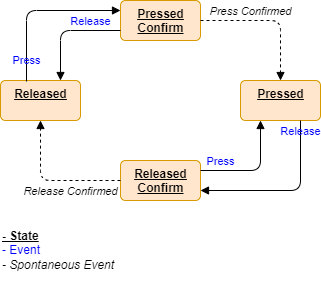
The draw.io diagram Resources/Part2/Part2_XLM_StateDiagram_Button.drawio.png in gtuja/CSC_MS, before a commit. Source tidied: cells renumbered, new cells last; positions are measured from the earlier drawing's top-left corner, leaving out a move shared by most shapes. Its diagram source:
```xml
<mxGraphModel>
  <root>
    <mxCell id="0" />
    <mxCell id="1" parent="0" />
    <mxCell id="2" value="Released" style="html=1;align=center;verticalAlign=top;rounded=1;absoluteArcSize=1;arcSize=10;dashed=0;fontStyle=5;fillColor=#ffe6cc;strokeColor=#d79b00;" parent="1" vertex="1">
      <mxGeometry y="80" width="80" height="40" as="geometry" />
    </mxCell>
    <mxCell id="3" value="Pressed" style="html=1;align=center;verticalAlign=top;rounded=1;absoluteArcSize=1;arcSize=10;dashed=0;fontStyle=5;fillColor=#ffe6cc;strokeColor=#d79b00;" parent="1" vertex="1">
      <mxGeometry x="240" y="80" width="80" height="40" as="geometry" />
    </mxCell>
    <mxCell id="4" value="Pressed&lt;div&gt;Confirm&lt;/div&gt;" style="html=1;align=center;verticalAlign=top;rounded=1;absoluteArcSize=1;arcSize=10;dashed=0;fontStyle=5;fillColor=#ffe6cc;strokeColor=#d79b00;" parent="1" vertex="1">
      <mxGeometry x="120" width="80" height="40" as="geometry" />
    </mxCell>
    <mxCell id="5" value="Released&lt;div&gt;Confirm&lt;/div&gt;" style="html=1;align=center;verticalAlign=top;rounded=1;absoluteArcSize=1;arcSize=10;dashed=0;fontStyle=5;fillColor=#ffe6cc;strokeColor=#d79b00;" parent="1" vertex="1">
      <mxGeometry x="120" y="160" width="80" height="40" as="geometry" />
    </mxCell>
    <mxCell id="6" value="Press" style="html=1;verticalAlign=bottom;labelBackgroundColor=none;endArrow=block;endFill=1;exitX=0.325;exitY=0.025;exitDx=0;exitDy=0;entryX=0;entryY=0.25;entryDx=0;entryDy=0;edgeStyle=elbowEdgeStyle;exitPerimeter=0;fontColor=#0000FF;" parent="1" edge="1" source="2" target="4">
      <mxGeometry x="-0.86" relative="1" as="geometry">
        <Array as="points">
          <mxPoint x="26" y="50" />
        </Array>
      </mxGeometry>
    </mxCell>
    <mxCell id="7" value="Release" style="html=1;verticalAlign=bottom;labelBackgroundColor=none;endArrow=block;endFill=1;exitX=0.75;exitY=1;exitDx=0;exitDy=0;entryX=1;entryY=0.75;entryDx=0;entryDy=0;edgeStyle=elbowEdgeStyle;fontColor=#0000FF;" parent="1" edge="1" source="3" target="5">
      <mxGeometry x="-0.76" relative="1" as="geometry">
        <Array as="points">
          <mxPoint x="300" y="150" />
        </Array>
      </mxGeometry>
    </mxCell>
    <mxCell id="8" value="Press Confirmed" style="html=1;verticalAlign=bottom;labelBackgroundColor=none;endArrow=block;endFill=1;dashed=1;exitX=1;exitY=0.5;exitDx=0;exitDy=0;entryX=0.5;entryY=0;entryDx=0;entryDy=0;edgeStyle=orthogonalEdgeStyle;fontStyle=2;" parent="1" edge="1" source="4" target="3">
      <mxGeometry x="-0.29" relative="1" as="geometry" />
    </mxCell>
    <mxCell id="9" value="Release Confirmed" style="html=1;verticalAlign=bottom;labelBackgroundColor=none;endArrow=block;endFill=1;dashed=1;exitX=0;exitY=0.5;exitDx=0;exitDy=0;entryX=0.5;entryY=1;entryDx=0;entryDy=0;edgeStyle=elbowEdgeStyle;fontStyle=2;" parent="1" edge="1" source="5" target="2">
      <mxGeometry x="-0.29" y="20" relative="1" as="geometry">
        <Array as="points">
          <mxPoint x="40" y="150" />
        </Array>
      </mxGeometry>
    </mxCell>
    <mxCell id="10" value="Press" style="html=1;verticalAlign=bottom;labelBackgroundColor=none;endArrow=block;endFill=1;exitX=1;exitY=0.25;exitDx=0;exitDy=0;entryX=0.25;entryY=1;entryDx=0;entryDy=0;edgeStyle=elbowEdgeStyle;fontColor=#0000FF;" parent="1" edge="1" source="5" target="3">
      <mxGeometry x="-0.64" relative="1" as="geometry">
        <Array as="points">
          <mxPoint x="260" y="150" />
        </Array>
      </mxGeometry>
    </mxCell>
    <mxCell id="11" value="Release" style="html=1;verticalAlign=bottom;labelBackgroundColor=none;endArrow=block;endFill=1;exitX=0;exitY=0.75;exitDx=0;exitDy=0;entryX=0.75;entryY=0;entryDx=0;entryDy=0;edgeStyle=elbowEdgeStyle;fontColor=#0000FF;" parent="1" edge="1" source="4" target="2">
      <mxGeometry x="-0.45" relative="1" as="geometry">
        <Array as="points">
          <mxPoint x="60" y="50" />
        </Array>
      </mxGeometry>
    </mxCell>
    <mxCell id="12" value="&lt;div&gt;&lt;b style=&quot;&quot;&gt;&lt;u style=&quot;&quot;&gt;- State&lt;/u&gt;&lt;/b&gt;&lt;/div&gt;&lt;font color=&quot;#0000ff&quot;&gt;- Event&lt;/font&gt;&lt;div&gt;&lt;div&gt;&lt;i&gt;- Spontaneous Event&lt;/i&gt;&lt;br&gt;&lt;/div&gt;&lt;/div&gt;" style="text;html=1;align=left;verticalAlign=middle;whiteSpace=wrap;rounded=0;" parent="1" vertex="1">
      <mxGeometry y="220" width="160" height="60" as="geometry" />
    </mxCell>
  </root>
</mxGraphModel>
```
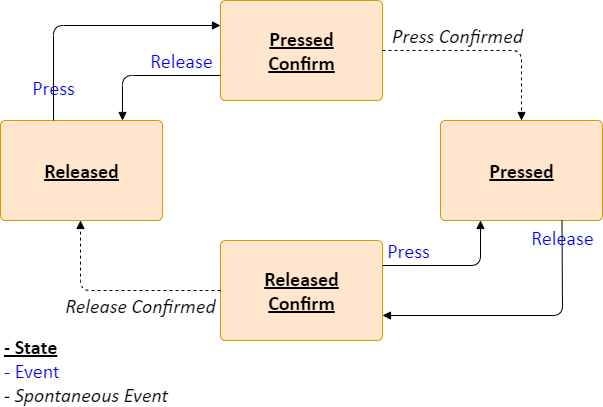
Later version of the same file.

Change to the diagram source:
```diff
@@ -2,58 +2,60 @@
   <root>
     <mxCell id="0" />
     <mxCell id="1" parent="0" />
-    <mxCell id="2" value="Released" style="html=1;align=center;verticalAlign=top;rounded=1;absoluteArcSize=1;arcSize=10;dashed=0;fontStyle=5;fillColor=#ffe6cc;strokeColor=#d79b00;" parent="1" vertex="1">
-      <mxGeometry y="80" width="80" height="40" as="geometry" />
+    <mxCell id="2" value="Released" style="html=1;align=center;verticalAlign=middle;rounded=1;absoluteArcSize=1;arcSize=10;dashed=0;fontStyle=5;fillColor=#ffe6cc;strokeColor=#d79b00;fontFamily=Calibri;fontSize=20;" parent="1" vertex="1">
+      <mxGeometry y="120" width="162" height="100" as="geometry" />
     </mxCell>
-    <mxCell id="3" value="Pressed" style="html=1;align=center;verticalAlign=top;rounded=1;absoluteArcSize=1;arcSize=10;dashed=0;fontStyle=5;fillColor=#ffe6cc;strokeColor=#d79b00;" parent="1" vertex="1">
-      <mxGeometry x="240" y="80" width="80" height="40" as="geometry" />
+    <mxCell id="3" value="Pressed" style="html=1;align=center;verticalAlign=middle;rounded=1;absoluteArcSize=1;arcSize=10;dashed=0;fontStyle=5;fillColor=#ffe6cc;strokeColor=#d79b00;fontFamily=Calibri;fontSize=20;" parent="1" vertex="1">
+      <mxGeometry x="440" y="120" width="162" height="100" as="geometry" />
     </mxCell>
-    <mxCell id="4" value="Pressed&lt;div&gt;Confirm&lt;/div&gt;" style="html=1;align=center;verticalAlign=top;rounded=1;absoluteArcSize=1;arcSize=10;dashed=0;fontStyle=5;fillColor=#ffe6cc;strokeColor=#d79b00;" parent="1" vertex="1">
-      <mxGeometry x="120" width="80" height="40" as="geometry" />
+    <mxCell id="4" value="Pressed&lt;div style=&quot;font-size: 20px;&quot;&gt;Confirm&lt;/div&gt;" style="html=1;align=center;verticalAlign=middle;rounded=1;absoluteArcSize=1;arcSize=10;dashed=0;fontStyle=5;fillColor=#ffe6cc;strokeColor=#d79b00;fontFamily=Calibri;fontSize=20;" parent="1" vertex="1">
+      <mxGeometry x="220" width="162" height="100" as="geometry" />
     </mxCell>
-    <mxCell id="5" value="Released&lt;div&gt;Confirm&lt;/div&gt;" style="html=1;align=center;verticalAlign=top;rounded=1;absoluteArcSize=1;arcSize=10;dashed=0;fontStyle=5;fillColor=#ffe6cc;strokeColor=#d79b00;" parent="1" vertex="1">
-      <mxGeometry x="120" y="160" width="80" height="40" as="geometry" />
+    <mxCell id="5" value="Released&lt;div style=&quot;font-size: 20px;&quot;&gt;Confirm&lt;/div&gt;" style="html=1;align=center;verticalAlign=middle;rounded=1;absoluteArcSize=1;arcSize=10;dashed=0;fontStyle=5;fillColor=#ffe6cc;strokeColor=#d79b00;fontFamily=Calibri;fontSize=20;" parent="1" vertex="1">
+      <mxGeometry x="220" y="240" width="162" height="100" as="geometry" />
     </mxCell>
-    <mxCell id="6" value="Press" style="html=1;verticalAlign=bottom;labelBackgroundColor=none;endArrow=block;endFill=1;exitX=0.325;exitY=0.025;exitDx=0;exitDy=0;entryX=0;entryY=0.25;entryDx=0;entryDy=0;edgeStyle=elbowEdgeStyle;exitPerimeter=0;fontColor=#0000FF;" parent="1" edge="1" source="2" target="4">
+    <mxCell id="6" value="Press" style="html=1;verticalAlign=bottom;labelBackgroundColor=none;endArrow=block;endFill=1;entryX=0;entryY=0.25;entryDx=0;entryDy=0;edgeStyle=elbowEdgeStyle;fontColor=#0000FF;fontFamily=Calibri;fontSize=20;" parent="1" edge="1" target="4">
       <mxGeometry x="-0.86" relative="1" as="geometry">
+        <mxPoint x="53" y="120" as="sourcePoint" />
         <Array as="points">
-          <mxPoint x="26" y="50" />
+          <mxPoint x="53" y="70" />
         </Array>
       </mxGeometry>
     </mxCell>
-    <mxCell id="7" value="Release" style="html=1;verticalAlign=bottom;labelBackgroundColor=none;endArrow=block;endFill=1;exitX=0.75;exitY=1;exitDx=0;exitDy=0;entryX=1;entryY=0.75;entryDx=0;entryDy=0;edgeStyle=elbowEdgeStyle;fontColor=#0000FF;" parent="1" edge="1" source="3" target="5">
+    <mxCell id="7" value="Release" style="html=1;verticalAlign=bottom;labelBackgroundColor=none;endArrow=block;endFill=1;exitX=0.75;exitY=1;exitDx=0;exitDy=0;entryX=1;entryY=0.75;entryDx=0;entryDy=0;edgeStyle=elbowEdgeStyle;fontColor=#0000FF;fontFamily=Calibri;fontSize=20;" parent="1" edge="1" source="3" target="5">
       <mxGeometry x="-0.76" relative="1" as="geometry">
         <Array as="points">
-          <mxPoint x="300" y="150" />
+          <mxPoint x="562" y="270" />
         </Array>
       </mxGeometry>
     </mxCell>
-    <mxCell id="8" value="Press Confirmed" style="html=1;verticalAlign=bottom;labelBackgroundColor=none;endArrow=block;endFill=1;dashed=1;exitX=1;exitY=0.5;exitDx=0;exitDy=0;entryX=0.5;entryY=0;entryDx=0;entryDy=0;edgeStyle=orthogonalEdgeStyle;fontStyle=2;" parent="1" edge="1" source="4" target="3">
+    <mxCell id="8" value="Press Confirmed" style="html=1;verticalAlign=bottom;labelBackgroundColor=none;endArrow=block;endFill=1;dashed=1;exitX=1;exitY=0.5;exitDx=0;exitDy=0;entryX=0.5;entryY=0;entryDx=0;entryDy=0;edgeStyle=orthogonalEdgeStyle;fontStyle=2;fontFamily=Calibri;fontSize=20;" parent="1" edge="1" source="4" target="3">
       <mxGeometry x="-0.29" relative="1" as="geometry" />
     </mxCell>
-    <mxCell id="9" value="Release Confirmed" style="html=1;verticalAlign=bottom;labelBackgroundColor=none;endArrow=block;endFill=1;dashed=1;exitX=0;exitY=0.5;exitDx=0;exitDy=0;entryX=0.5;entryY=1;entryDx=0;entryDy=0;edgeStyle=elbowEdgeStyle;fontStyle=2;" parent="1" edge="1" source="5" target="2">
-      <mxGeometry x="-0.29" y="20" relative="1" as="geometry">
+    <mxCell id="9" value="Release Confirmed" style="html=1;verticalAlign=bottom;labelBackgroundColor=none;endArrow=block;endFill=1;dashed=1;exitX=0;exitY=0.5;exitDx=0;exitDy=0;edgeStyle=elbowEdgeStyle;fontStyle=2;fontFamily=Calibri;fontSize=20;" parent="1" edge="1" source="5">
+      <mxGeometry x="-0.24" y="30" relative="1" as="geometry">
+        <mxPoint x="80" y="220" as="targetPoint" />
         <Array as="points">
-          <mxPoint x="40" y="150" />
+          <mxPoint x="80" y="260" />
         </Array>
       </mxGeometry>
     </mxCell>
-    <mxCell id="10" value="Press" style="html=1;verticalAlign=bottom;labelBackgroundColor=none;endArrow=block;endFill=1;exitX=1;exitY=0.25;exitDx=0;exitDy=0;entryX=0.25;entryY=1;entryDx=0;entryDy=0;edgeStyle=elbowEdgeStyle;fontColor=#0000FF;" parent="1" edge="1" source="5" target="3">
+    <mxCell id="10" value="Press" style="html=1;verticalAlign=bottom;labelBackgroundColor=none;endArrow=block;endFill=1;exitX=1;exitY=0.25;exitDx=0;exitDy=0;entryX=0.25;entryY=1;entryDx=0;entryDy=0;edgeStyle=elbowEdgeStyle;fontColor=#0000FF;fontFamily=Calibri;fontSize=20;" parent="1" edge="1" source="5" target="3">
       <mxGeometry x="-0.64" relative="1" as="geometry">
         <Array as="points">
-          <mxPoint x="260" y="150" />
+          <mxPoint x="480" y="250" />
         </Array>
       </mxGeometry>
     </mxCell>
-    <mxCell id="11" value="Release" style="html=1;verticalAlign=bottom;labelBackgroundColor=none;endArrow=block;endFill=1;exitX=0;exitY=0.75;exitDx=0;exitDy=0;entryX=0.75;entryY=0;entryDx=0;entryDy=0;edgeStyle=elbowEdgeStyle;fontColor=#0000FF;" parent="1" edge="1" source="4" target="2">
+    <mxCell id="11" value="Release" style="html=1;verticalAlign=bottom;labelBackgroundColor=none;endArrow=block;endFill=1;exitX=0;exitY=0.75;exitDx=0;exitDy=0;entryX=0.75;entryY=0;entryDx=0;entryDy=0;edgeStyle=elbowEdgeStyle;fontColor=#0000FF;fontFamily=Calibri;fontSize=20;" parent="1" edge="1" source="4" target="2">
       <mxGeometry x="-0.45" relative="1" as="geometry">
         <Array as="points">
-          <mxPoint x="60" y="50" />
+          <mxPoint x="122" y="90" />
         </Array>
       </mxGeometry>
     </mxCell>
-    <mxCell id="12" value="&lt;div&gt;&lt;b style=&quot;&quot;&gt;&lt;u style=&quot;&quot;&gt;- State&lt;/u&gt;&lt;/b&gt;&lt;/div&gt;&lt;font color=&quot;#0000ff&quot;&gt;- Event&lt;/font&gt;&lt;div&gt;&lt;div&gt;&lt;i&gt;- Spontaneous Event&lt;/i&gt;&lt;br&gt;&lt;/div&gt;&lt;/div&gt;" style="text;html=1;align=left;verticalAlign=middle;whiteSpace=wrap;rounded=0;" parent="1" vertex="1">
-      <mxGeometry y="220" width="160" height="60" as="geometry" />
+    <mxCell id="12" value="&lt;div style=&quot;font-size: 20px;&quot;&gt;&lt;b style=&quot;font-size: 20px;&quot;&gt;&lt;u style=&quot;font-size: 20px;&quot;&gt;- State&lt;/u&gt;&lt;/b&gt;&lt;/div&gt;&lt;font color=&quot;#0000ff&quot; style=&quot;font-size: 20px;&quot;&gt;- Event&lt;/font&gt;&lt;div style=&quot;font-size: 20px;&quot;&gt;&lt;div style=&quot;font-size: 20px;&quot;&gt;&lt;i style=&quot;font-size: 20px;&quot;&gt;- Spontaneous Event&lt;/i&gt;&lt;br style=&quot;font-size: 20px;&quot;&gt;&lt;/div&gt;&lt;/div&gt;" style="text;html=1;align=left;verticalAlign=middle;whiteSpace=wrap;rounded=0;fontFamily=Calibri;fontSize=20;" parent="1" vertex="1">
+      <mxGeometry x="2" y="340" width="208" height="60" as="geometry" />
     </mxCell>
   </root>
 </mxGraphModel>
```
